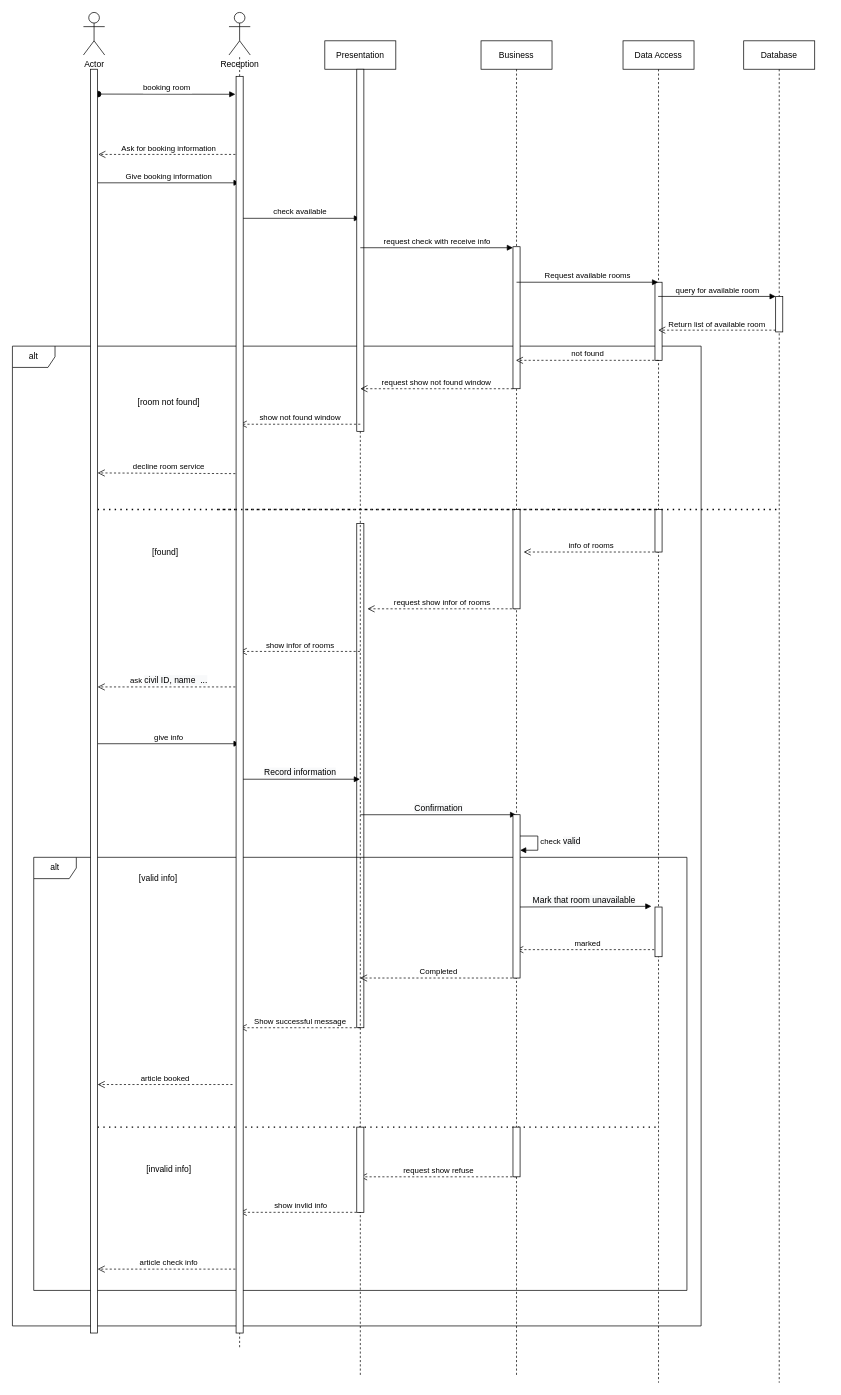
This is page "Booking" (2 of 4) of Diagram/Sequence Diagram.drawio from jonathanha52/SE104.L23.PMCL, a draw.io file, before an edit. Source tidied: cells renumbered, new cells numbered last; positions are measured from the earlier drawing's top-left corner, leaving out a move shared by most shapes. Both pictures are drawn from the tidied source at 71%, with x=0, y=0 at pixel (12, 12).
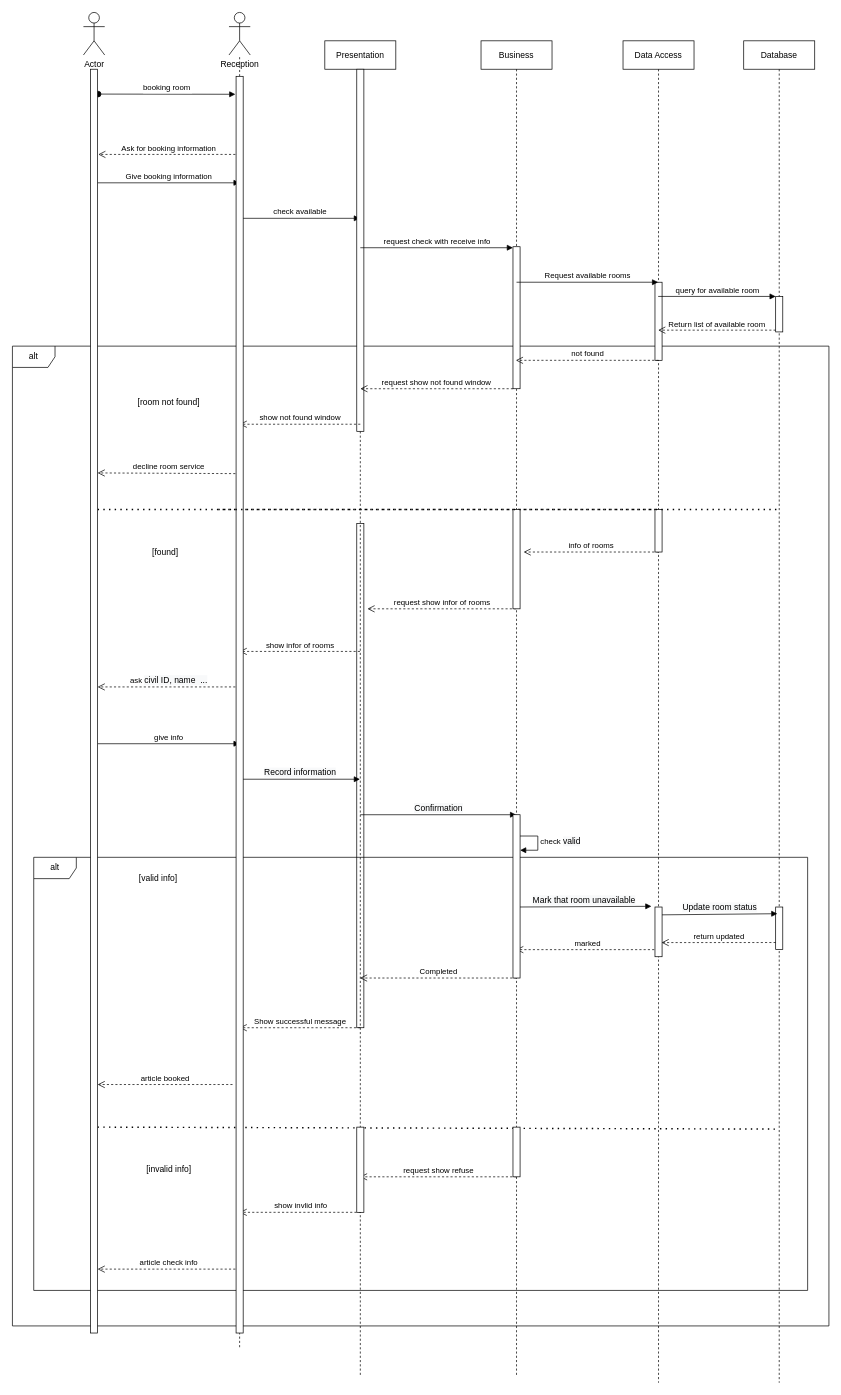
Above is the later version.

Commit message:
Update Sequence Diagram (booking-2:22 7/5)

The change refers to these unchanged cells:
```xml
<mxCell id="12" value="Data Access" style="shape=umlLifeline;perimeter=lifelinePerimeter;rounded=0;shadow=0;strokeWidth=1;" parent="1" vertex="1">
  <mxGeometry x="860" y="40" width="100" height="1890" as="geometry" />
</mxCell>
<mxCell id="59" value="Database" style="shape=umlLifeline;perimeter=lifelinePerimeter;rounded=0;shadow=0;strokeWidth=1;" parent="1" vertex="1">
  <mxGeometry x="1030" y="40" width="100" height="1890" as="geometry" />
</mxCell>
```

The edit, as a diff of the source:
```diff
@@
+    <mxCell id="3" value="alt" style="shape=umlFrame;whiteSpace=wrap;html=1;" parent="1" vertex="1">
+      <mxGeometry y="470" width="1150" height="1380" as="geometry" />
+    </mxCell>
     <mxCell id="2" value="alt" style="shape=umlFrame;whiteSpace=wrap;html=1;" parent="1" vertex="1">
-      <mxGeometry x="30" y="1190" width="920" height="610" as="geometry" />
+      <mxGeometry x="30" y="1190" width="1090" height="610" as="geometry" />
     </mxCell>
-    <mxCell id="3" value="alt" style="shape=umlFrame;whiteSpace=wrap;html=1;" parent="1" vertex="1">
-      <mxGeometry y="470" width="970" height="1380" as="geometry" />
-    </mxCell>
@@
-    <mxCell id="43" style="endArrow=none;dashed=1;html=1;dashPattern=1 3;strokeWidth=2;" parent="1" edge="1">
+    <mxCell id="43" style="endArrow=none;dashed=1;html=1;dashPattern=1 3;strokeWidth=2;entryX=0.47;entryY=0.811;entryDx=0;entryDy=0;entryPerimeter=0;" parent="1" edge="1" target="59">
       <mxGeometry relative="1" as="geometry">
         <mxPoint x="120" y="1570" as="sourcePoint" />
-        <mxPoint x="910" y="1570" as="targetPoint" />
       </mxGeometry>
     </mxCell>
@@
+    <mxCell id="64" style="html=1;points=[];perimeter=orthogonalPerimeter;" parent="1" vertex="1">
+      <mxGeometry x="1075" y="1260" width="10" height="60" as="geometry" />
+    </mxCell>
+    <mxCell id="65" value="&lt;span style=&quot;font-size: 12px ; background-color: rgb(248 , 249 , 250)&quot;&gt;Update room status&lt;/span&gt;" style="html=1;verticalAlign=bottom;endArrow=block;entryX=0.241;entryY=0.157;entryDx=0;entryDy=0;entryPerimeter=0;" parent="1" edge="1" target="64">
+      <mxGeometry relative="1" as="geometry">
+        <mxPoint x="915" y="1271" as="sourcePoint" />
+      </mxGeometry>
+    </mxCell>
+    <mxCell id="66" value="return updated" style="html=1;verticalAlign=bottom;endArrow=open;dashed=1;endSize=8;entryX=0.543;entryY=0.672;entryDx=0;entryDy=0;entryPerimeter=0;" parent="1" edge="1" target="12">
+      <mxGeometry relative="1" as="geometry">
+        <mxPoint x="1075" y="1310" as="sourcePoint" />
+      </mxGeometry>
+    </mxCell>
```
